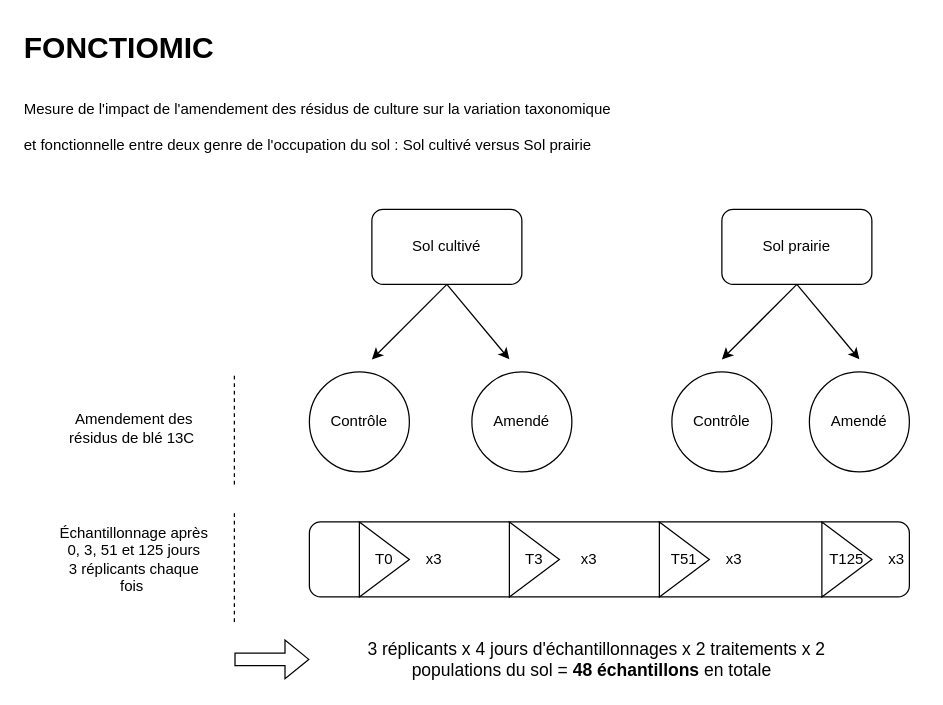
The draw.io diagram Output/experimental_design_FONCTIOMIC.drawio in hoangdinhphuc19/FONCTIOMIC, before the edit. Source tidied: cells renumbered, new cells numbered last; positions are measured from the earlier drawing's top-left corner, leaving out a move shared by most shapes. Both pictures are drawn from the tidied source at 125%, with x=0, y=0 at pixel (21, 21).
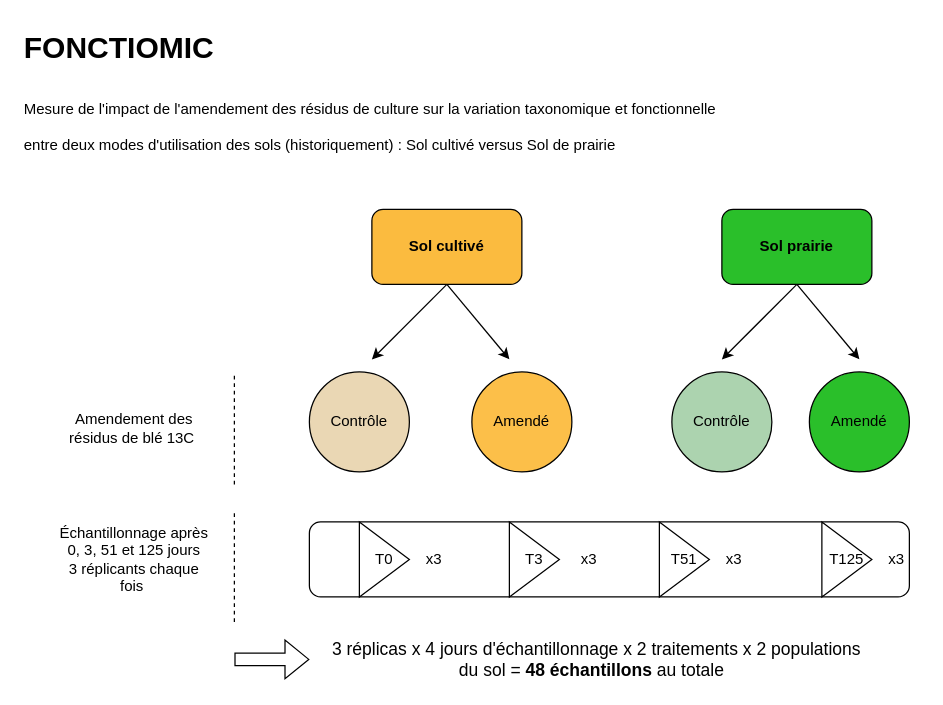
The same page after the edit.

Commit message:
Mettre à jour experimental_design_FONCTIOMIC.drawio

What changed in the source:
```diff
@@
-    <mxCell id="2" value="Sol cultivé" style="rounded=1;whiteSpace=wrap;html=1;" parent="1" vertex="1">
+    <mxCell id="2" value="&lt;b&gt;Sol cultivé&lt;/b&gt;" style="rounded=1;whiteSpace=wrap;html=1;fillColor=#FBBB3F;" parent="1" vertex="1">
       <mxGeometry x="280" y="150" width="120" height="60" as="geometry" />
     </mxCell>
-    <mxCell id="3" value="Sol prairie" style="rounded=1;whiteSpace=wrap;html=1;" parent="1" vertex="1">
+    <mxCell id="3" value="&lt;b&gt;Sol prairie&lt;/b&gt;" style="rounded=1;whiteSpace=wrap;html=1;fillColor=light-dark(#2abf2a, #ededed);" parent="1" vertex="1">
       <mxGeometry x="560" y="150" width="120" height="60" as="geometry" />
     </mxCell>
@@
-    <mxCell id="9" value="Contrôle" style="ellipse;whiteSpace=wrap;html=1;" parent="1" vertex="1">
+    <mxCell id="9" value="Contrôle" style="ellipse;whiteSpace=wrap;html=1;fillColor=#EAD7B4;" parent="1" vertex="1">
       <mxGeometry x="230" y="280" width="80" height="80" as="geometry" />
     </mxCell>
-    <mxCell id="10" value="Amendé" style="ellipse;whiteSpace=wrap;html=1;" parent="1" vertex="1">
+    <mxCell id="10" value="Amendé" style="ellipse;whiteSpace=wrap;html=1;fillColor=light-dark(#FCBF49,#EDEDED);" parent="1" vertex="1">
       <mxGeometry x="360" y="280" width="80" height="80" as="geometry" />
     </mxCell>
-    <mxCell id="11" value="Contrôle" style="ellipse;whiteSpace=wrap;html=1;" parent="1" vertex="1">
+    <mxCell id="11" value="Contrôle" style="ellipse;whiteSpace=wrap;html=1;fillColor=#ACD3AF;" parent="1" vertex="1">
       <mxGeometry x="520" y="280" width="80" height="80" as="geometry" />
     </mxCell>
-    <mxCell id="12" value="Amendé" style="ellipse;whiteSpace=wrap;html=1;" parent="1" vertex="1">
+    <mxCell id="12" value="Amendé" style="ellipse;whiteSpace=wrap;html=1;fillColor=light-dark(#2abf2a, #ededed);" parent="1" vertex="1">
       <mxGeometry x="630" y="280" width="80" height="80" as="geometry" />
     </mxCell>
@@
-    <mxCell id="25" value="&lt;h1 style=&quot;margin-top: 0px;&quot;&gt;FONCTIOMIC&lt;/h1&gt;&lt;h1 style=&quot;margin-top: 0px;&quot;&gt;&lt;span style=&quot;font-size: 12px; font-weight: 400;&quot;&gt;Mesure de l'impact de l'amendement des résidus de culture sur la variation taxonomique et fonctionnelle entre deux genre de l'occupation du sol : Sol cultivé versus Sol prairie&amp;nbsp;&lt;/span&gt;&lt;/h1&gt;" style="text;html=1;whiteSpace=wrap;overflow=hidden;rounded=0;" parent="1" vertex="1">
-      <mxGeometry width="480" height="120" as="geometry" />
+    <mxCell id="25" value="&lt;h1 style=&quot;margin-top: 0px;&quot;&gt;FONCTIOMIC&lt;/h1&gt;&lt;h1 style=&quot;margin-top: 0px;&quot;&gt;&lt;span style=&quot;font-size: 12px; font-weight: 400;&quot;&gt;Mesure de l'impact de l'amendement des résidus de culture sur la variation taxonomique et fonctionnelle entre deux modes d'utilisation des sols (historiquement) : Sol cultivé versus Sol de prairie&amp;nbsp;&lt;/span&gt;&lt;/h1&gt;" style="text;html=1;whiteSpace=wrap;overflow=hidden;rounded=0;" parent="1" vertex="1">
+      <mxGeometry width="576" height="120" as="geometry" />
     </mxCell>
@@
-    <mxCell id="27" value="&lt;font style=&quot;font-size: 14px;&quot;&gt;3 réplicants x 4 jours d'échantillonnages x 2 traitements x 2 populations du sol = &lt;b&gt;48 échantillons&lt;/b&gt; en totale&amp;nbsp;&amp;nbsp;&lt;/font&gt;" style="text;html=1;align=center;verticalAlign=middle;whiteSpace=wrap;rounded=0;" parent="1" vertex="1">
+    <mxCell id="27" value="&lt;font style=&quot;font-size: 14px;&quot;&gt;3 réplicas x 4 jours d'échantillonnage x 2 traitements x 2 populations du sol = &lt;b&gt;48 échantillons&lt;/b&gt; au totale&amp;nbsp;&amp;nbsp;&lt;/font&gt;" style="text;html=1;align=center;verticalAlign=middle;whiteSpace=wrap;rounded=0;" parent="1" vertex="1">
       <mxGeometry x="240" y="490" width="440" height="40" as="geometry" />
     </mxCell>
```
